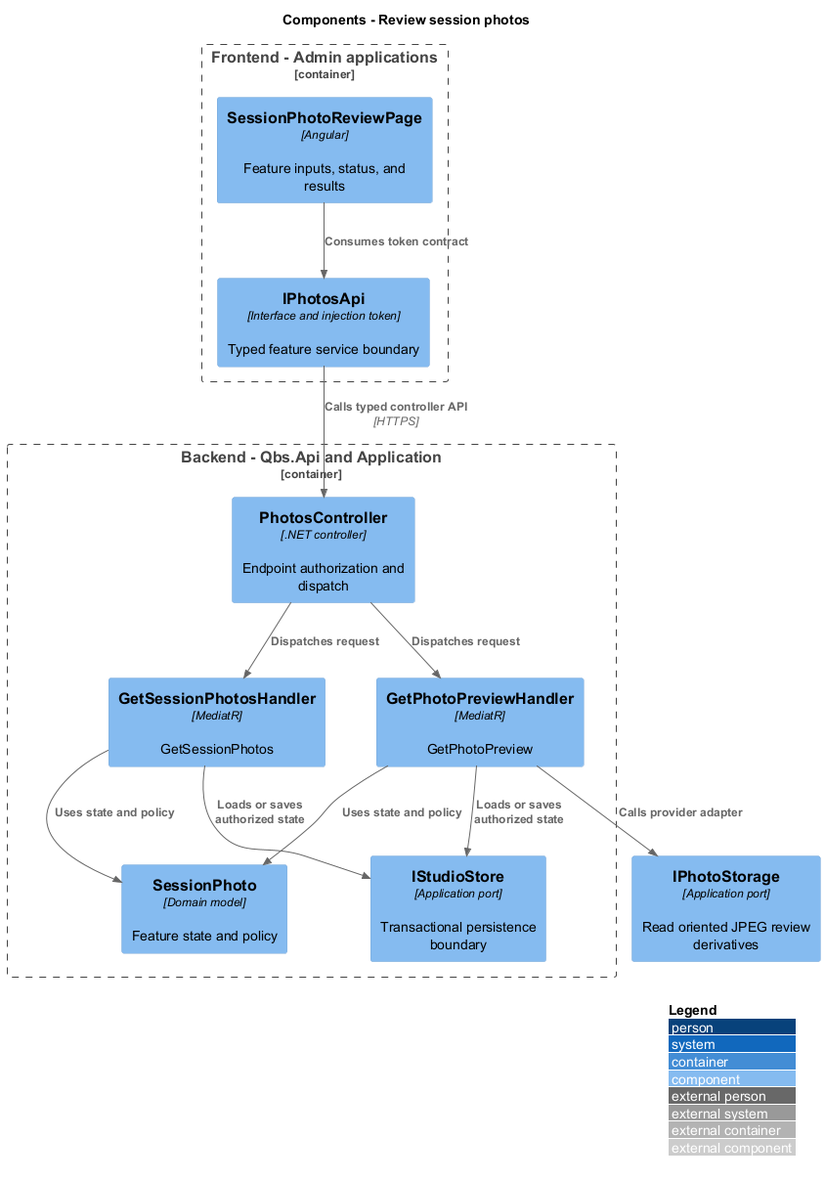
Earlier version of the PlantUML export docs/detailed-designs/session-photos/review-session-photos/diagrams/c4-component.png (QuinntyneBrown/quinntyne-brown-studio).
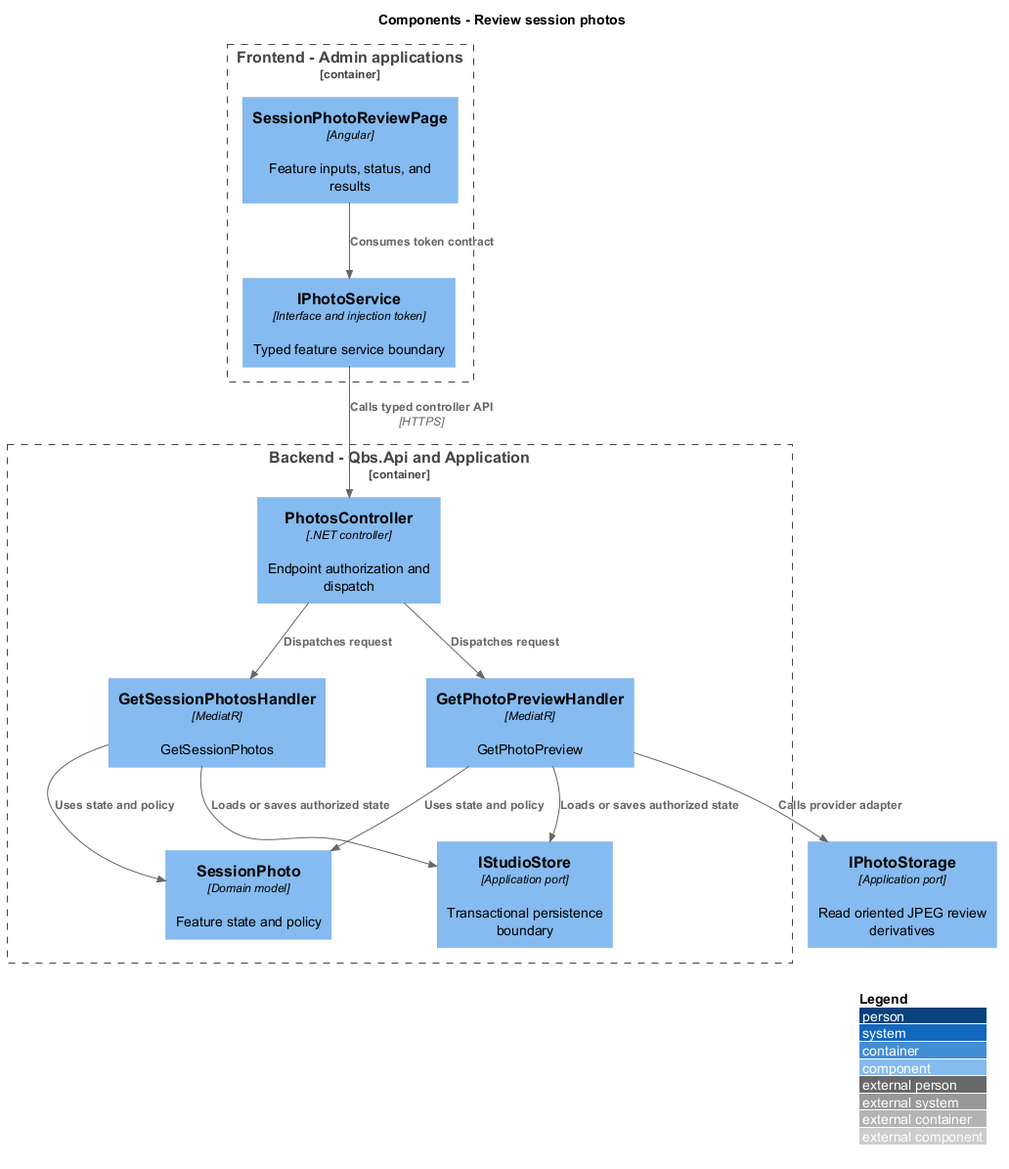
The same diagram one commit later.

Diff of the diagram source:
```diff
@@ -4,7 +4,7 @@
 title Components - Review session photos
 Container_Boundary(frontend, "Frontend - Admin applications") {
  Component(page, "SessionPhotoReviewPage", "Angular", "Feature inputs, status, and results")
- Component(client, "IPhotosApi", "Interface and injection token", "Typed feature service boundary")
+ Component(client, "IPhotoService", "Interface and injection token", "Typed feature service boundary")
 }
 Container_Boundary(api, "Backend - Qbs.Api and Application") {
  Component(ctrl, "PhotosController", ".NET controller", "Endpoint authorization and dispatch")
```
